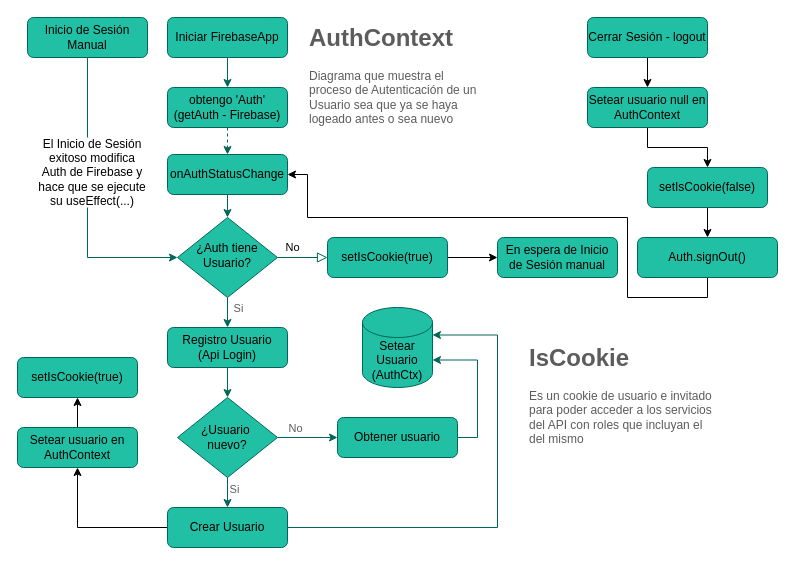
This is Auth Process.drawio from ariel0000/bar-app-diagrams, a draw.io file, before an edit. Source tidied: cells renumbered, new cells numbered last; positions are measured from the earlier drawing's top-left corner, leaving out a move shared by most shapes. Both pictures are drawn from the tidied source at 100%, with x=0, y=0 at pixel (17, 17).
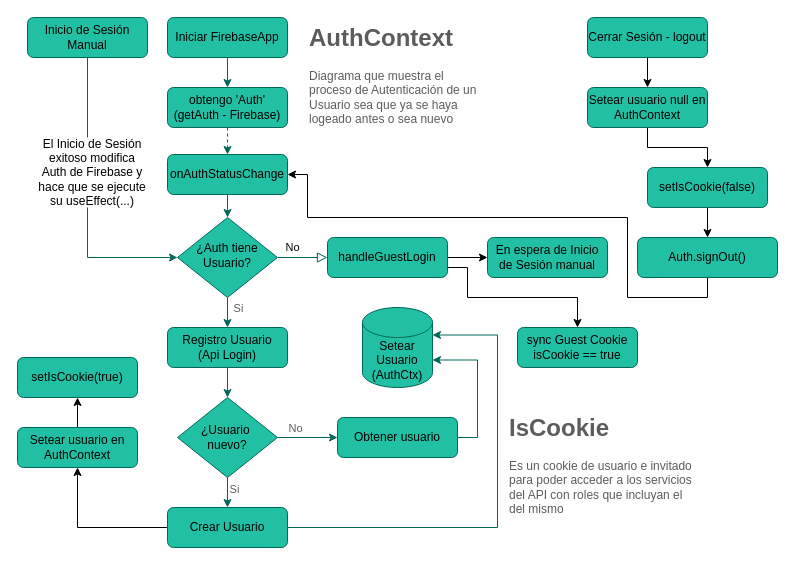
After the change.

Diff of the diagram source:
```diff
@@
     <mxCell id="9" value="En espera de Inicio de Sesión manual" style="rounded=1;whiteSpace=wrap;html=1;fontSize=12;glass=0;strokeWidth=1;shadow=0;labelBackgroundColor=none;fillColor=#21C0A5;strokeColor=#006658;fontColor=default;" parent="1" vertex="1">
-      <mxGeometry x="480" y="220" width="120" height="40" as="geometry" />
+      <mxGeometry x="470" y="220" width="120" height="40" as="geometry" />
     </mxCell>
@@
+    <mxCell id="44" style="edgeStyle=orthogonalEdgeStyle;rounded=0;jettySize=auto;html=1;exitX=1;exitY=0.75;exitDx=0;exitDy=0;entryX=0.5;entryY=0;entryDx=0;entryDy=0;" parent="1" edge="1" source="31" target="45">
+      <mxGeometry relative="1" as="geometry">
+        <Array as="points">
+          <mxPoint x="450" y="250" />
+          <mxPoint x="450" y="280" />
+          <mxPoint x="560" y="280" />
+        </Array>
+      </mxGeometry>
+    </mxCell>
-    <mxCell id="31" value="setIsCookie(true)" style="rounded=1;whiteSpace=wrap;html=1;fontSize=12;glass=0;strokeWidth=1;shadow=0;labelBackgroundColor=none;fillColor=#21C0A5;strokeColor=#006658;fontColor=default;" parent="1" vertex="1">
+    <mxCell id="31" value="handleGuestLogin" style="rounded=1;whiteSpace=wrap;html=1;fontSize=12;glass=0;strokeWidth=1;shadow=0;labelBackgroundColor=none;fillColor=#21C0A5;strokeColor=#006658;fontColor=default;" parent="1" vertex="1">
       <mxGeometry x="310" y="220" width="120" height="40" as="geometry" />
     </mxCell>
@@
     <mxCell id="43" value="&lt;h1 style=&quot;margin-top: 0px;&quot;&gt;IsCookie&lt;/h1&gt;&lt;p&gt;Es un cookie de usuario e invitado para poder acceder a los servicios del API con roles que incluyan el del mismo&lt;/p&gt;" style="text;html=1;whiteSpace=wrap;overflow=hidden;rounded=0;labelBackgroundColor=none;fontColor=#5C5C5C;" parent="1" vertex="1">
-      <mxGeometry x="510" y="320" width="190" height="120" as="geometry" />
+      <mxGeometry x="490" y="390" width="190" height="120" as="geometry" />
     </mxCell>
+    <mxCell id="45" value="sync Guest Cookie&lt;div&gt;isCookie == true&lt;/div&gt;" style="rounded=1;whiteSpace=wrap;html=1;fontSize=12;glass=0;strokeWidth=1;shadow=0;labelBackgroundColor=none;fillColor=#21C0A5;strokeColor=#006658;fontColor=default;" parent="1" vertex="1">
+      <mxGeometry x="500" y="310" width="120" height="40" as="geometry" />
+    </mxCell>
```
